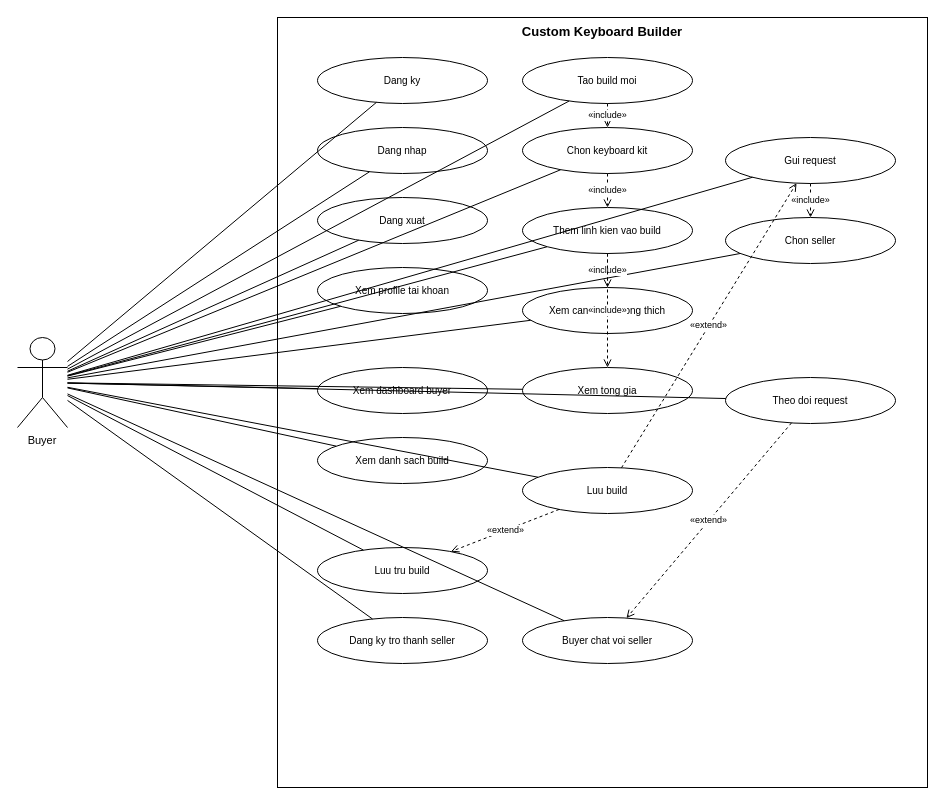
Earlier version of the draw.io diagram Documents_Refactor/KTPMUD_diagram/16_UseCase_UC01_Buyer.drawio (froynar/Custom_keyboard). Source tidied: cells renumbered, new cells numbered last; positions are measured from the earlier drawing's top-left corner, leaving out a move shared by most shapes. Both pictures are drawn from the tidied source at 100%, with x=0, y=0 at pixel (17, 17).
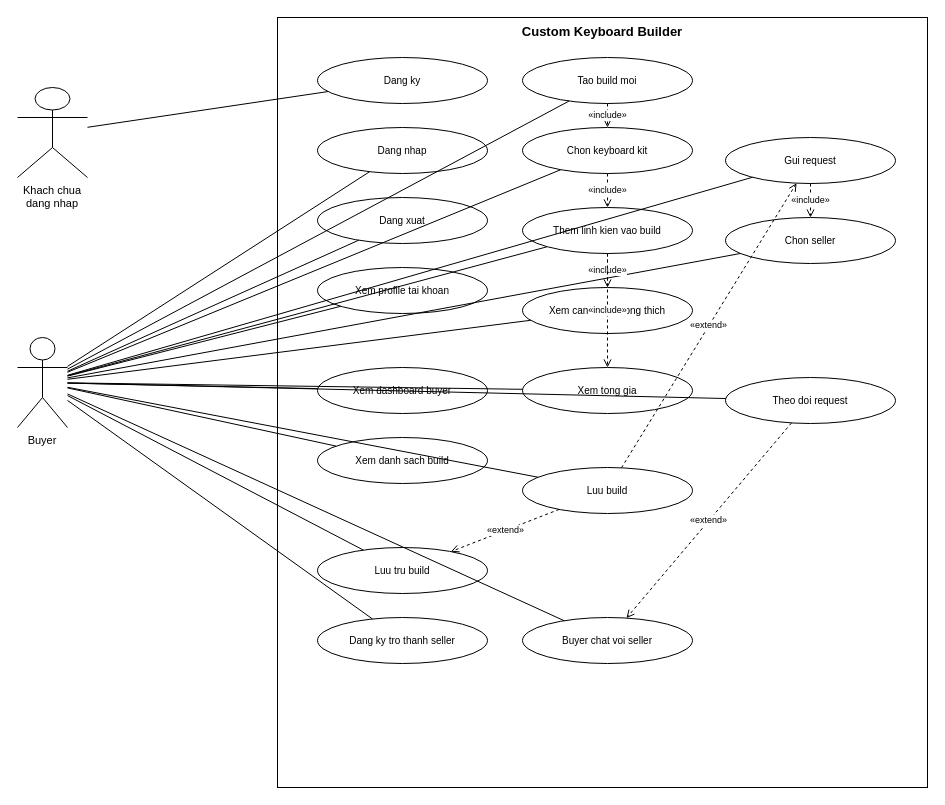
After the change.

The change refers to these unchanged cells:
```xml
<mxCell id="3" value="Buyer" style="shape=umlActor;whiteSpace=wrap;html=1;fontSize=11;verticalLabelPosition=bottom;verticalAlign=top;fillColor=none;strokeColor=#000000;" parent="1" vertex="1">
  <mxGeometry y="320" width="50" height="90" as="geometry" />
</mxCell>
<mxCell id="4" value="Dang ky" style="ellipse;whiteSpace=wrap;html=1;fillColor=none;strokeColor=#000000;fontSize=10;" parent="1" vertex="1">
  <mxGeometry x="300" y="40" width="170" height="46" as="geometry" />
</mxCell>
```

What changed in the source:
```diff
@@
+    <mxCell id="48" value="Khach chua dang nhap" style="shape=umlActor;whiteSpace=wrap;html=1;fontSize=11;verticalLabelPosition=bottom;verticalAlign=top;fillColor=none;strokeColor=#000000;" parent="1" vertex="1">
+      <mxGeometry y="70" width="70" height="90" as="geometry" />
+    </mxCell>
@@
-    <mxCell id="22" style="endArrow=none;html=1;fontSize=9;strokeColor=#000000;" parent="1" edge="1" source="3" target="4">
+    <mxCell id="22" style="endArrow=none;html=1;fontSize=9;strokeColor=#000000;" parent="1" edge="1" source="48" target="4">
       <mxGeometry relative="1" as="geometry" />
     </mxCell>
```
